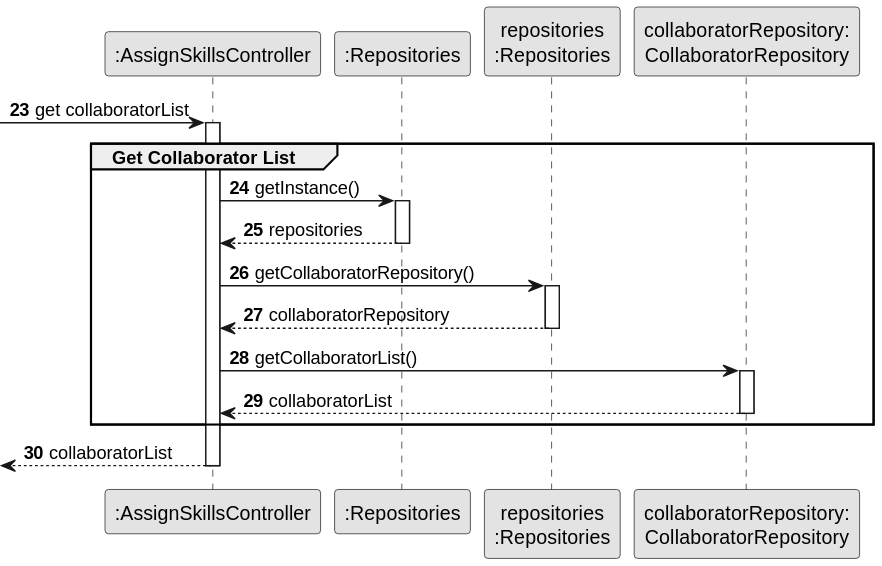
Earlier version of the PlantUML export docs/sprintB/us004/03.design/svg/us004-sequence-diagram-partial-get-collaborator-list.svg (ricardomm7/leaflink).
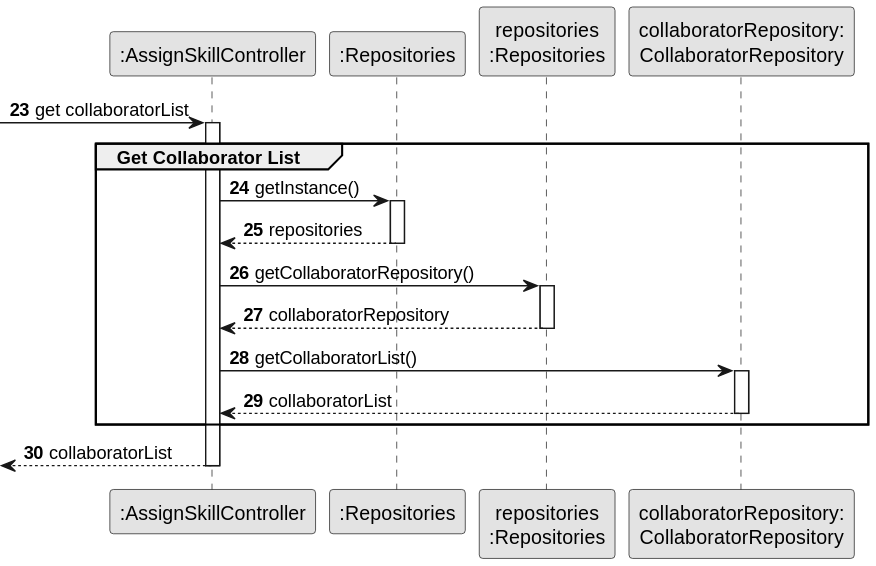
The same diagram one commit later.

What changed in the source:
```diff
@@ -5,7 +5,7 @@
 
 autonumber 23
 
-participant ":AssignSkillsController" as CTRL
+participant ":AssignSkillController" as CTRL
 participant ":Repositories" as GlobRepo
 participant "repositories\n:Repositories" as PLAT
 participant "collaboratorRepository:\nCollaboratorRepository" as CLBREP
```
